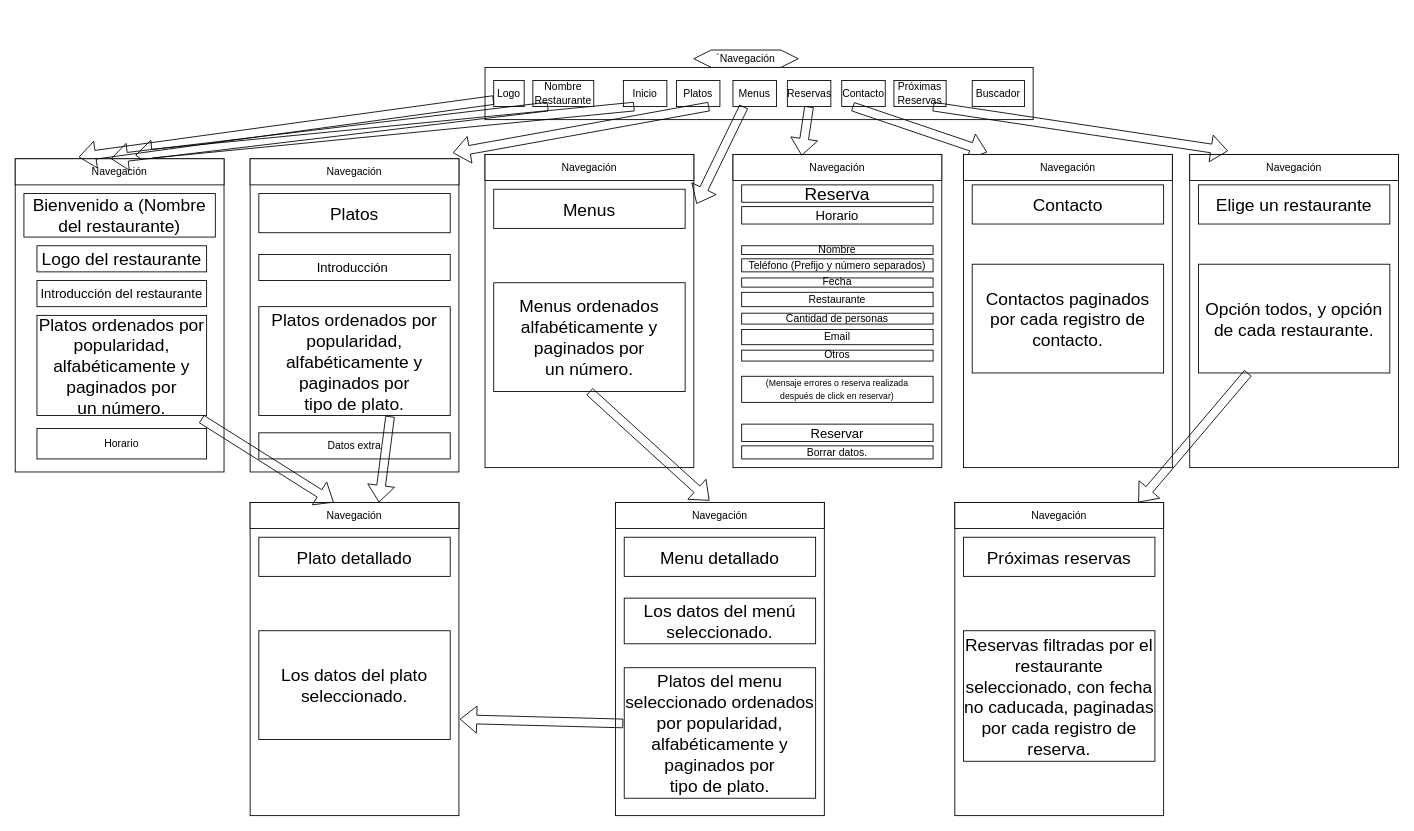
Above: wireframe/websites/v2/wireframe.drawio in AntonioHristov/RestChifa (draw.io), before the change. Source tidied: cells renumbered, new cells numbered last; positions are measured from the earlier drawing's top-left corner, leaving out a move shared by most shapes. Both pictures are drawn from the tidied source at 87%, with x=0, y=0 at pixel (15, 50).
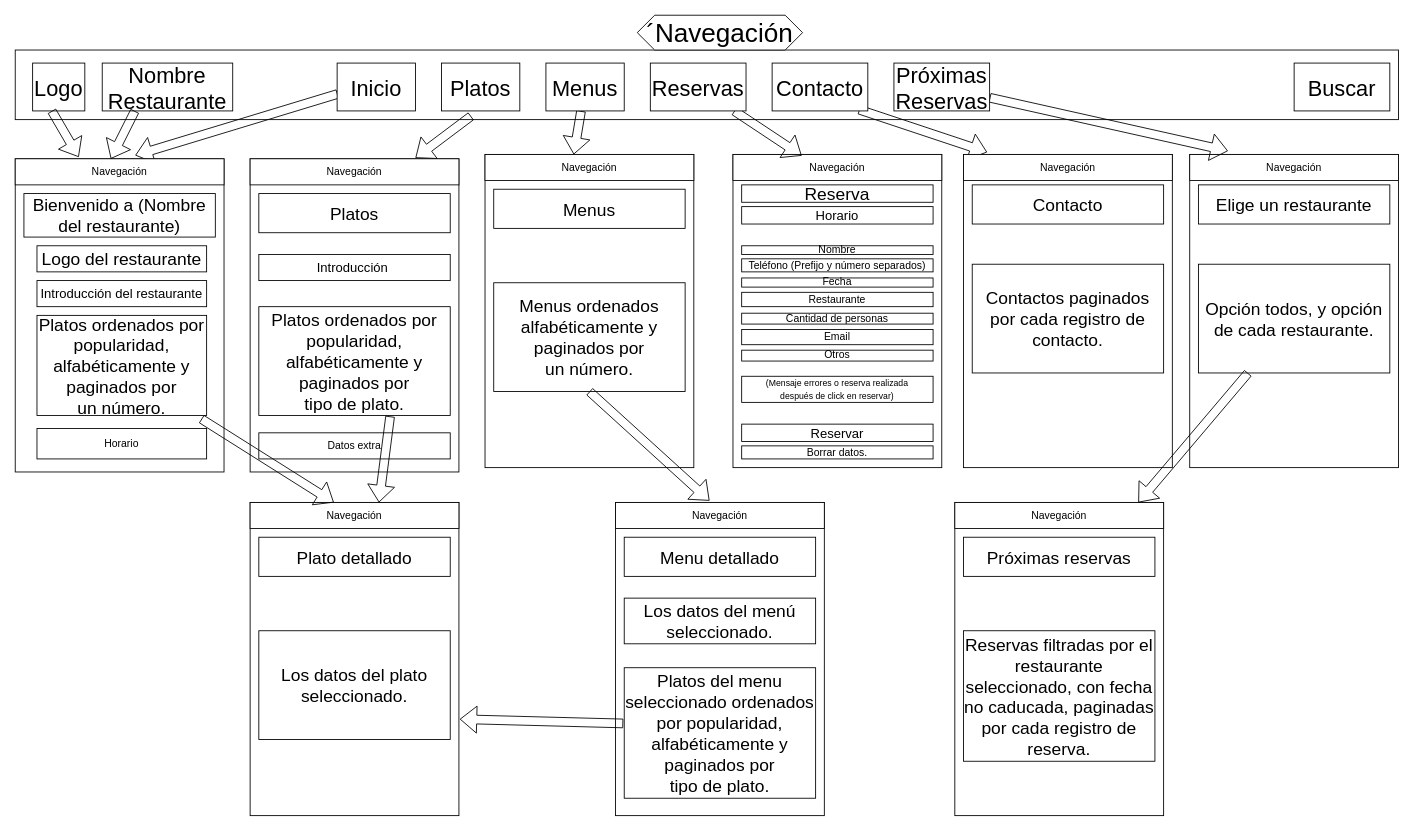
The same page after the edit.

Unchanged cells that the change refers to:
```xml
<mxCell id="2" style="rounded=0;whiteSpace=wrap;html=1;" parent="1" vertex="1">
  <mxGeometry y="125" width="240" height="360" as="geometry" />
</mxCell>
<mxCell id="4" style="rounded=0;whiteSpace=wrap;html=1;" parent="1" vertex="1">
  <mxGeometry x="825" y="120" width="240" height="360" as="geometry" />
</mxCell>
<mxCell id="8" style="rounded=0;whiteSpace=wrap;html=1;" parent="1" vertex="1">
  <mxGeometry x="270" y="125" width="240" height="360" as="geometry" />
</mxCell>
<mxCell id="20" value="Navegación" style="rounded=0;whiteSpace=wrap;html=1;" parent="1" vertex="1">
  <mxGeometry y="125" width="240" height="30" as="geometry" />
</mxCell>
<mxCell id="23" style="rounded=0;whiteSpace=wrap;html=1;" parent="1" vertex="1">
  <mxGeometry x="1090" y="120" width="240" height="360" as="geometry" />
</mxCell>
<mxCell id="36" value="Navegación" style="rounded=0;whiteSpace=wrap;html=1;" parent="1" vertex="1">
  <mxGeometry x="270" y="125" width="240" height="30" as="geometry" />
</mxCell>
<mxCell id="39" style="rounded=0;whiteSpace=wrap;html=1;" parent="1" vertex="1">
  <mxGeometry x="540" y="120" width="240" height="360" as="geometry" />
</mxCell>
<mxCell id="41" value="Navegación" style="rounded=0;whiteSpace=wrap;html=1;" parent="1" vertex="1">
  <mxGeometry x="540" y="120" width="240" height="30" as="geometry" />
</mxCell>
<mxCell id="58" value="Navegación" style="rounded=0;whiteSpace=wrap;html=1;" parent="1" vertex="1">
  <mxGeometry x="1350" y="120" width="240" height="30" as="geometry" />
</mxCell>
```

The edit, as a diff of the source:
```diff
@@
     <mxCell id="12" style="rounded=0;whiteSpace=wrap;html=1;" parent="1" vertex="1">
-      <mxGeometry x="540" y="20" width="630" height="60" as="geometry" />
+      <mxGeometry width="1590" height="80" as="geometry" />
     </mxCell>
-    <mxCell id="13" value="Inicio" style="rounded=0;whiteSpace=wrap;html=1;" parent="1" vertex="1">
-      <mxGeometry x="699" y="35" width="50" height="30" as="geometry" />
-    </mxCell>
-    <mxCell id="14" value="Platos" style="rounded=0;whiteSpace=wrap;html=1;" parent="1" vertex="1">
-      <mxGeometry x="760" y="35" width="50" height="30" as="geometry" />
-    </mxCell>
-    <mxCell id="15" value="Reservas" style="rounded=0;whiteSpace=wrap;html=1;" parent="1" vertex="1">
-      <mxGeometry x="887.5" y="35" width="50" height="30" as="geometry" />
-    </mxCell>
-    <mxCell id="16" value="Contacto" style="rounded=0;whiteSpace=wrap;html=1;" parent="1" vertex="1">
-      <mxGeometry x="950" y="35" width="50" height="30" as="geometry" />
-    </mxCell>
-    <mxCell id="17" value="´Navegación" style="shape=hexagon;perimeter=hexagonPerimeter2;whiteSpace=wrap;html=1;fixedSize=1;" parent="1" vertex="1">
-      <mxGeometry x="780" width="120" height="20" as="geometry" />
+    <mxCell id="17" value="&lt;font style=&quot;font-size: 30px;&quot;&gt;´Navegación&lt;/font&gt;" style="shape=hexagon;perimeter=hexagonPerimeter2;whiteSpace=wrap;html=1;fixedSize=1;" parent="1" vertex="1">
+      <mxGeometry x="715" y="-40" width="190" height="40" as="geometry" />
     </mxCell>
-    <mxCell id="18" style="shape=flexArrow;endArrow=classic;html=1;rounded=0;exitX=0.25;exitY=1;exitDx=0;exitDy=0;entryX=0.575;entryY=-0.011;entryDx=0;entryDy=0;entryPerimeter=0;" parent="1" edge="1" source="13" target="2">
+    <mxCell id="18" style="shape=flexArrow;endArrow=classic;html=1;rounded=0;exitX=0.007;exitY=0.645;exitDx=0;exitDy=0;entryX=0.575;entryY=-0.011;entryDx=0;entryDy=0;entryPerimeter=0;exitPerimeter=0;" parent="1" edge="1" source="13" target="2">
       <mxGeometry relative="1" as="geometry" />
     </mxCell>
-    <mxCell id="19" style="shape=flexArrow;endArrow=classic;html=1;rounded=0;exitX=0.75;exitY=1;exitDx=0;exitDy=0;entryX=0.971;entryY=-0.019;entryDx=0;entryDy=0;entryPerimeter=0;" parent="1" edge="1" source="14" target="8">
+    <mxCell id="19" style="shape=flexArrow;endArrow=classic;html=1;rounded=0;exitX=0.378;exitY=1.109;exitDx=0;exitDy=0;entryX=0.792;entryY=-0.033;entryDx=0;entryDy=0;entryPerimeter=0;exitPerimeter=0;" parent="1" edge="1" source="14" target="36">
       <mxGeometry relative="1" as="geometry" />
     </mxCell>
@@
-    <mxCell id="22" style="shape=flexArrow;endArrow=classic;html=1;rounded=0;exitX=0.5;exitY=1;exitDx=0;exitDy=0;entryX=0.329;entryY=0.004;entryDx=0;entryDy=0;entryPerimeter=0;" parent="1" edge="1" source="15" target="4">
+    <mxCell id="22" style="shape=flexArrow;endArrow=classic;html=1;rounded=0;entryX=0.329;entryY=0.004;entryDx=0;entryDy=0;entryPerimeter=0;" parent="1" edge="1" source="15" target="4">
       <mxGeometry relative="1" as="geometry" />
     </mxCell>
@@
-    <mxCell id="25" style="shape=flexArrow;endArrow=classic;html=1;rounded=0;exitX=0.25;exitY=1;exitDx=0;exitDy=0;entryX=0.113;entryY=-0.007;entryDx=0;entryDy=0;entryPerimeter=0;" parent="1" edge="1" source="16" target="23">
+    <mxCell id="25" style="shape=flexArrow;endArrow=classic;html=1;rounded=0;exitX=0.909;exitY=0.973;exitDx=0;exitDy=0;entryX=0.113;entryY=-0.007;entryDx=0;entryDy=0;entryPerimeter=0;exitPerimeter=0;" parent="1" edge="1" source="16" target="23">
       <mxGeometry relative="1" as="geometry" />
     </mxCell>
@@
-    <mxCell id="27" value="Menus" style="rounded=0;whiteSpace=wrap;html=1;" parent="1" vertex="1">
-      <mxGeometry x="825" y="35" width="50" height="30" as="geometry" />
-    </mxCell>
-    <mxCell id="28" value="Logo" style="rounded=0;whiteSpace=wrap;html=1;" parent="1" vertex="1">
-      <mxGeometry x="550" y="35" width="35" height="30" as="geometry" />
+    <mxCell id="28" value="&lt;font style=&quot;font-size: 25px;&quot;&gt;Logo&lt;/font&gt;" style="rounded=0;whiteSpace=wrap;html=1;" parent="1" vertex="1">
+      <mxGeometry x="20" y="15" width="60" height="55" as="geometry" />
     </mxCell>
-    <mxCell id="29" value="Nombre&lt;br&gt;Restaurante" style="rounded=0;whiteSpace=wrap;html=1;" parent="1" vertex="1">
-      <mxGeometry x="595" y="35" width="70" height="30" as="geometry" />
+    <mxCell id="29" value="&lt;font style=&quot;font-size: 25px;&quot;&gt;Nombre&lt;br&gt;Restaurante&lt;/font&gt;" style="rounded=0;whiteSpace=wrap;html=1;" parent="1" vertex="1">
+      <mxGeometry x="100" y="15" width="150" height="55" as="geometry" />
     </mxCell>
-    <mxCell id="30" value="Próximas&lt;br&gt;Reservas" style="rounded=0;whiteSpace=wrap;html=1;" parent="1" vertex="1">
-      <mxGeometry x="1010" y="35" width="60" height="30" as="geometry" />
-    </mxCell>
-    <mxCell id="31" value="Buscador" style="rounded=0;whiteSpace=wrap;html=1;" parent="1" vertex="1">
-      <mxGeometry x="1100" y="35" width="60" height="30" as="geometry" />
-    </mxCell>
@@
-    <mxCell id="35" style="shape=flexArrow;endArrow=classic;html=1;rounded=0;exitX=0;exitY=0.75;exitDx=0;exitDy=0;entryX=0.304;entryY=-0.067;entryDx=0;entryDy=0;entryPerimeter=0;" parent="1" edge="1" source="28" target="20">
+    <mxCell id="35" style="shape=flexArrow;endArrow=classic;html=1;rounded=0;exitX=0.367;exitY=1;exitDx=0;exitDy=0;entryX=0.304;entryY=-0.067;entryDx=0;entryDy=0;entryPerimeter=0;exitPerimeter=0;" parent="1" edge="1" source="28" target="20">
       <mxGeometry relative="1" as="geometry" />
     </mxCell>
@@
-    <mxCell id="43" style="shape=flexArrow;endArrow=classic;html=1;rounded=0;exitX=0.25;exitY=1;exitDx=0;exitDy=0;entryX=1.013;entryY=0.158;entryDx=0;entryDy=0;entryPerimeter=0;" parent="1" edge="1" source="27" target="39">
+    <mxCell id="43" style="shape=flexArrow;endArrow=classic;html=1;rounded=0;entryX=0.425;entryY=0;entryDx=0;entryDy=0;entryPerimeter=0;" parent="1" edge="1" source="27" target="41">
       <mxGeometry relative="1" as="geometry" />
     </mxCell>
@@
-    <mxCell id="60" style="shape=flexArrow;endArrow=classic;html=1;rounded=0;exitX=0.75;exitY=1;exitDx=0;exitDy=0;entryX=0.183;entryY=-0.133;entryDx=0;entryDy=0;entryPerimeter=0;" parent="1" edge="1" source="30" target="58">
+    <mxCell id="60" style="shape=flexArrow;endArrow=classic;html=1;rounded=0;entryX=0.183;entryY=-0.133;entryDx=0;entryDy=0;entryPerimeter=0;" parent="1" edge="1" source="30" target="58">
       <mxGeometry relative="1" as="geometry" />
     </mxCell>
@@
+    <mxCell id="13" value="&lt;span style=&quot;font-size: 25px;&quot;&gt;Inicio&lt;/span&gt;" style="rounded=0;whiteSpace=wrap;html=1;" parent="1" vertex="1">
+      <mxGeometry x="370" y="15" width="90" height="55" as="geometry" />
+    </mxCell>
+    <mxCell id="14" value="&lt;span style=&quot;font-size: 25px;&quot;&gt;Platos&lt;/span&gt;" style="rounded=0;whiteSpace=wrap;html=1;" parent="1" vertex="1">
+      <mxGeometry x="490" y="15" width="90" height="55" as="geometry" />
+    </mxCell>
+    <mxCell id="27" value="&lt;span style=&quot;font-size: 25px;&quot;&gt;Menus&lt;/span&gt;" style="rounded=0;whiteSpace=wrap;html=1;" parent="1" vertex="1">
+      <mxGeometry x="610" y="15" width="90" height="55" as="geometry" />
+    </mxCell>
+    <mxCell id="15" value="&lt;span style=&quot;font-size: 25px;&quot;&gt;Reservas&lt;/span&gt;" style="rounded=0;whiteSpace=wrap;html=1;" parent="1" vertex="1">
+      <mxGeometry x="730" y="15" width="110" height="55" as="geometry" />
+    </mxCell>
+    <mxCell id="16" value="&lt;span style=&quot;font-size: 25px;&quot;&gt;Contacto&lt;/span&gt;" style="rounded=0;whiteSpace=wrap;html=1;" parent="1" vertex="1">
+      <mxGeometry x="870" y="15" width="110" height="55" as="geometry" />
+    </mxCell>
+    <mxCell id="30" value="&lt;span style=&quot;font-size: 25px;&quot;&gt;Próximas Reservas&lt;/span&gt;" style="rounded=0;whiteSpace=wrap;html=1;" parent="1" vertex="1">
+      <mxGeometry x="1010" y="15" width="110" height="55" as="geometry" />
+    </mxCell>
+    <mxCell id="79" value="&lt;span style=&quot;font-size: 25px;&quot;&gt;Buscar&lt;/span&gt;" style="rounded=0;whiteSpace=wrap;html=1;" parent="1" vertex="1">
+      <mxGeometry x="1470" y="15" width="110" height="55" as="geometry" />
+    </mxCell>
```
